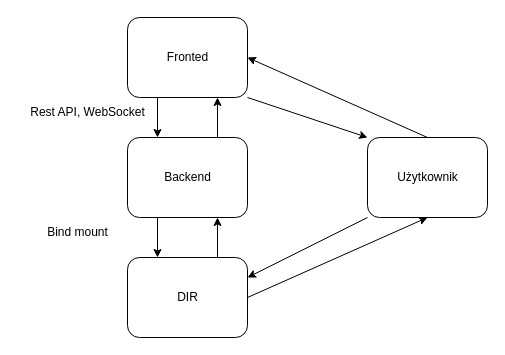
The draw.io diagram page "app-overview" (9 of 9) of drawio/diagrams.drawio in jakubpietraszko/praca_inzynierska, before the edit. Source tidied: cells renumbered, new cells numbered last; positions are measured from the earlier drawing's top-left corner, leaving out a move shared by most shapes. Both pictures are drawn from the tidied source at 100%, with x=0, y=0 at pixel (17, 17).
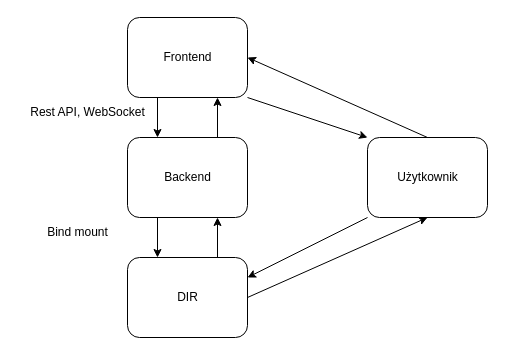
Above is the later version.

Diff of the diagram source:
```diff
@@
 <mxGraphModel>
   <root>
     <mxCell id="0" />
     <mxCell id="1" parent="0" />
     <mxCell id="2" style="rounded=1;whiteSpace=wrap;html=1;fillColor=none;" parent="1" vertex="1">
       <mxGeometry x="110" width="120" height="80" as="geometry" />
     </mxCell>
-    <mxCell id="3" value="Fronted" style="text;html=1;align=center;verticalAlign=middle;strokeColor=none;fillColor=none;" parent="1" vertex="1">
-      <mxGeometry x="140" y="25" width="60" height="30" as="geometry" />
+    <mxCell id="3" value="Frontend" style="text;html=1;align=center;verticalAlign=middle;strokeColor=none;fillColor=none;" parent="1" vertex="1">
+      <mxGeometry x="135" y="25" width="70" height="30" as="geometry" />
     </mxCell>
     <mxCell id="4" style="rounded=1;whiteSpace=wrap;html=1;fillColor=none;" parent="1" vertex="1">
       <mxGeometry x="110" y="120" width="120" height="80" as="geometry" />
     </mxCell>
     <mxCell id="5" value="Backend" style="text;html=1;align=center;verticalAlign=middle;strokeColor=none;fillColor=none;" parent="1" vertex="1">
       <mxGeometry x="135" y="145" width="70" height="30" as="geometry" />
     </mxCell>
     <mxCell id="6" style="rounded=1;whiteSpace=wrap;html=1;fillColor=none;" parent="1" vertex="1">
       <mxGeometry x="110" y="240" width="120" height="80" as="geometry" />
     </mxCell>
     <mxCell id="7" value="DIR" style="text;html=1;align=center;verticalAlign=middle;strokeColor=none;fillColor=none;" parent="1" vertex="1">
       <mxGeometry x="150" y="265" width="40" height="30" as="geometry" />
     </mxCell>
     <mxCell id="8" style="rounded=1;whiteSpace=wrap;html=1;fillColor=none;" parent="1" vertex="1">
       <mxGeometry x="350" y="120" width="120" height="80" as="geometry" />
     </mxCell>
     <mxCell id="9" value="Użytkownik" style="text;html=1;align=center;verticalAlign=middle;strokeColor=none;fillColor=none;" parent="1" vertex="1">
       <mxGeometry x="370" y="145" width="80" height="30" as="geometry" />
     </mxCell>
     <mxCell id="10" style="endArrow=classic;html=1;entryX=0;entryY=0;entryDx=0;entryDy=0;exitX=1;exitY=1;exitDx=0;exitDy=0;" parent="1" edge="1" source="2" target="8">
       <mxGeometry relative="1" as="geometry" />
     </mxCell>
     <mxCell id="11" style="endArrow=classic;html=1;entryX=1;entryY=0.5;entryDx=0;entryDy=0;exitX=0.5;exitY=0;exitDx=0;exitDy=0;" parent="1" edge="1" source="8" target="2">
       <mxGeometry relative="1" as="geometry" />
     </mxCell>
     <mxCell id="12" style="endArrow=classic;html=1;entryX=1;entryY=0.25;entryDx=0;entryDy=0;exitX=0;exitY=1;exitDx=0;exitDy=0;" parent="1" edge="1" source="8" target="6">
       <mxGeometry relative="1" as="geometry" />
     </mxCell>
     <mxCell id="13" style="endArrow=classic;html=1;entryX=0.5;entryY=1;entryDx=0;entryDy=0;exitX=1;exitY=0.5;exitDx=0;exitDy=0;" parent="1" edge="1" source="6" target="8">
       <mxGeometry relative="1" as="geometry" />
     </mxCell>
     <mxCell id="14" style="endArrow=classic;html=1;entryX=0.25;entryY=0;entryDx=0;entryDy=0;exitX=0.25;exitY=1;exitDx=0;exitDy=0;" parent="1" edge="1" source="2" target="4">
       <mxGeometry relative="1" as="geometry" />
     </mxCell>
     <mxCell id="15" style="endArrow=classic;html=1;entryX=0.75;entryY=1;entryDx=0;entryDy=0;exitX=0.75;exitY=0;exitDx=0;exitDy=0;" parent="1" edge="1" source="4" target="2">
       <mxGeometry relative="1" as="geometry" />
     </mxCell>
     <mxCell id="16" style="endArrow=classic;html=1;entryX=0.25;entryY=0;entryDx=0;entryDy=0;exitX=0.25;exitY=1;exitDx=0;exitDy=0;" parent="1" edge="1" source="4" target="6">
       <mxGeometry relative="1" as="geometry" />
     </mxCell>
     <mxCell id="17" style="endArrow=classic;html=1;entryX=0.75;entryY=1;entryDx=0;entryDy=0;exitX=0.75;exitY=0;exitDx=0;exitDy=0;" parent="1" edge="1" source="6" target="4">
       <mxGeometry relative="1" as="geometry" />
     </mxCell>
     <mxCell id="18" value="Rest API, WebSocket" style="text;html=1;align=center;verticalAlign=middle;strokeColor=none;fillColor=none;" parent="1" vertex="1">
       <mxGeometry y="80" width="140" height="30" as="geometry" />
     </mxCell>
     <mxCell id="19" value="Bind mount" style="text;html=1;align=center;verticalAlign=middle;strokeColor=none;fillColor=none;" parent="1" vertex="1">
       <mxGeometry x="20" y="200" width="80" height="30" as="geometry" />
     </mxCell>
   </root>
 </mxGraphModel>
```
